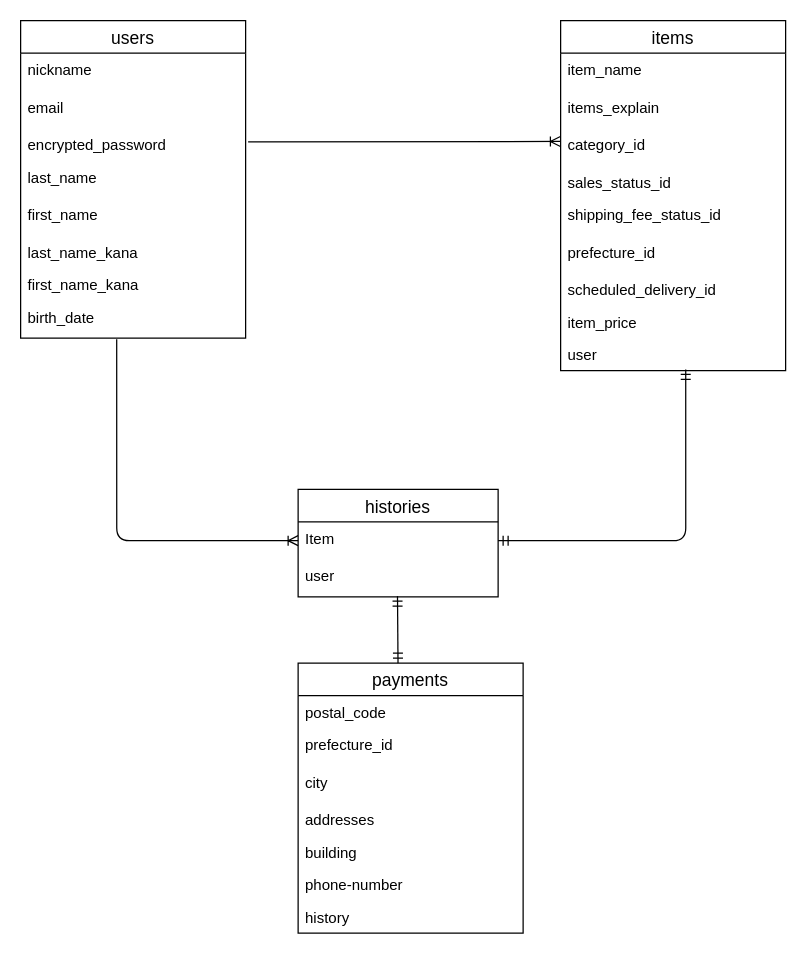
RcNgtm/furima-37770 keeps this draw.io diagram as ER.dio. Above is the earlier version. Source tidied: cells renumbered, new cells numbered last; positions are measured from the earlier drawing's top-left corner, leaving out a move shared by most shapes. Both pictures are drawn from the tidied source at 125%, with x=0, y=0 at pixel (20, 20).
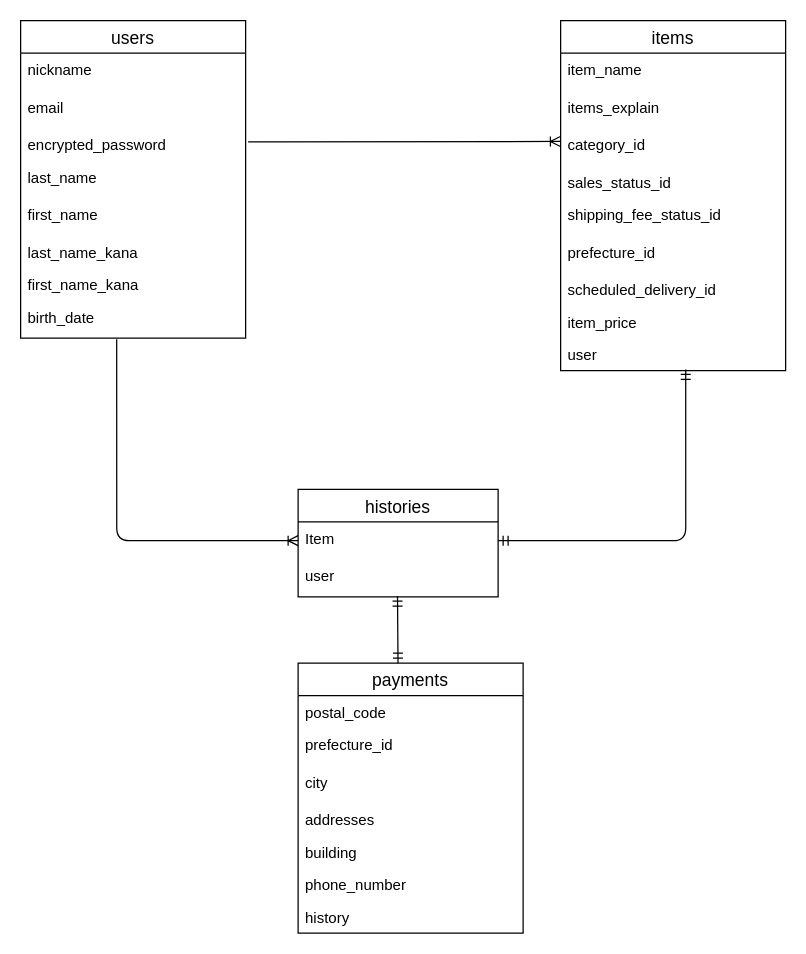
Above is the later version.

Commit message:
データベース設計の修正④

Unchanged cells that the change refers to:
```xml
<mxCell id="21" value="payments" style="swimlane;fontStyle=0;horizontal=1;startSize=26;align=center;fontSize=14;" parent="1" vertex="1">
  <mxGeometry x="222" y="514" width="180" height="216" as="geometry" />
</mxCell>
```

The edit, as a diff of the source:
```diff
@@
-    <mxCell id="27" value="phone-number" style="text;strokeColor=none;fillColor=none;spacingLeft=4;spacingRight=4;overflow=hidden;fontSize=12;" parent="21" vertex="1">
+    <mxCell id="27" value="phone_number" style="text;strokeColor=none;fillColor=none;spacingLeft=4;spacingRight=4;overflow=hidden;fontSize=12;" parent="21" vertex="1">
       <mxGeometry y="164" width="180" height="26" as="geometry" />
     </mxCell>
```
